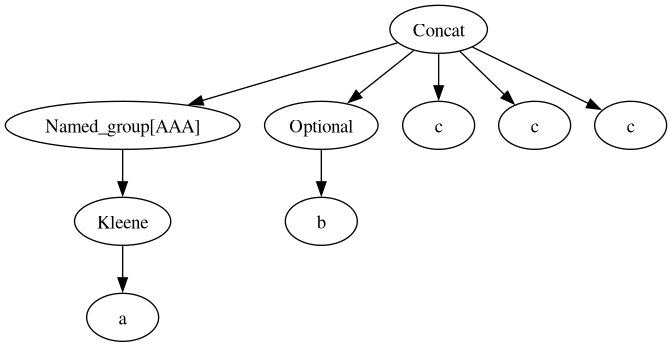
Earlier version of the Graphviz export lab2/ast.png (konstantin2506/automata_theory). Its source is kept beside it as lab2/ast.dot.
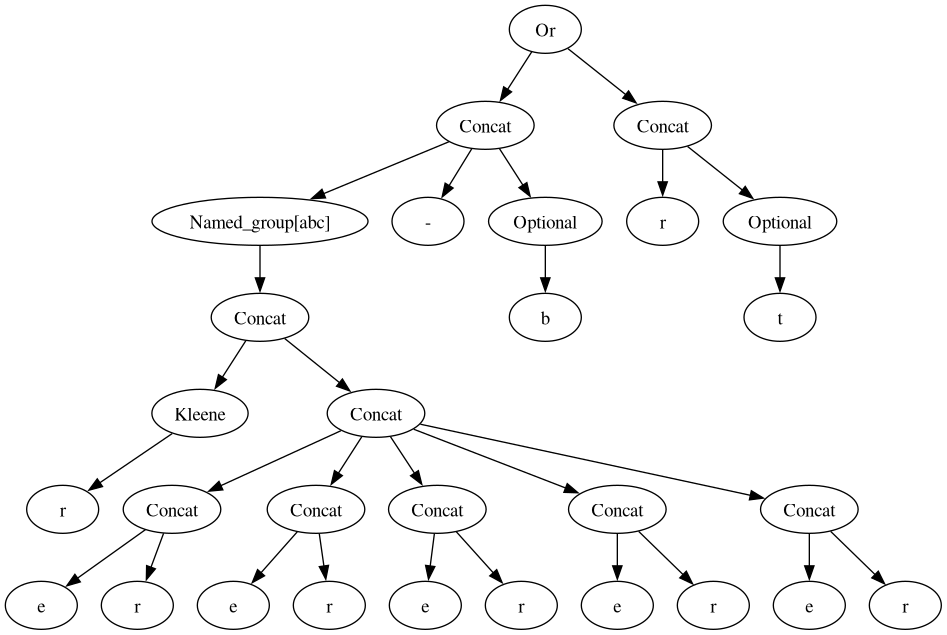
The same diagram one commit later.

The edit, as a diff of the source:
```diff
@@ -1,5 +1,27 @@
 digraph AST {
-  node0 [label="Kleene"];
-  node1 [label="a"];
+  node0 [label="Concat"];
+  node1 [label="Or"];
   node0 -> node1;
+  node2 [label="a"];
+  node1 -> node2;
+  node3 [label="b"];
+  node1 -> node3;
+  node4 [label="Concat"];
+  node0 -> node4;
+  node5 [label="Kleene"];
+  node4 -> node5;
+  node6 [label="Or"];
+  node5 -> node6;
+  node7 [label="a"];
+  node6 -> node7;
+  node8 [label="b"];
+  node6 -> node8;
+  node9 [label="Kleene"];
+  node4 -> node9;
+  node10 [label="Or"];
+  node9 -> node10;
+  node11 [label="a"];
+  node10 -> node11;
+  node12 [label="b"];
+  node10 -> node12;
 }
```
